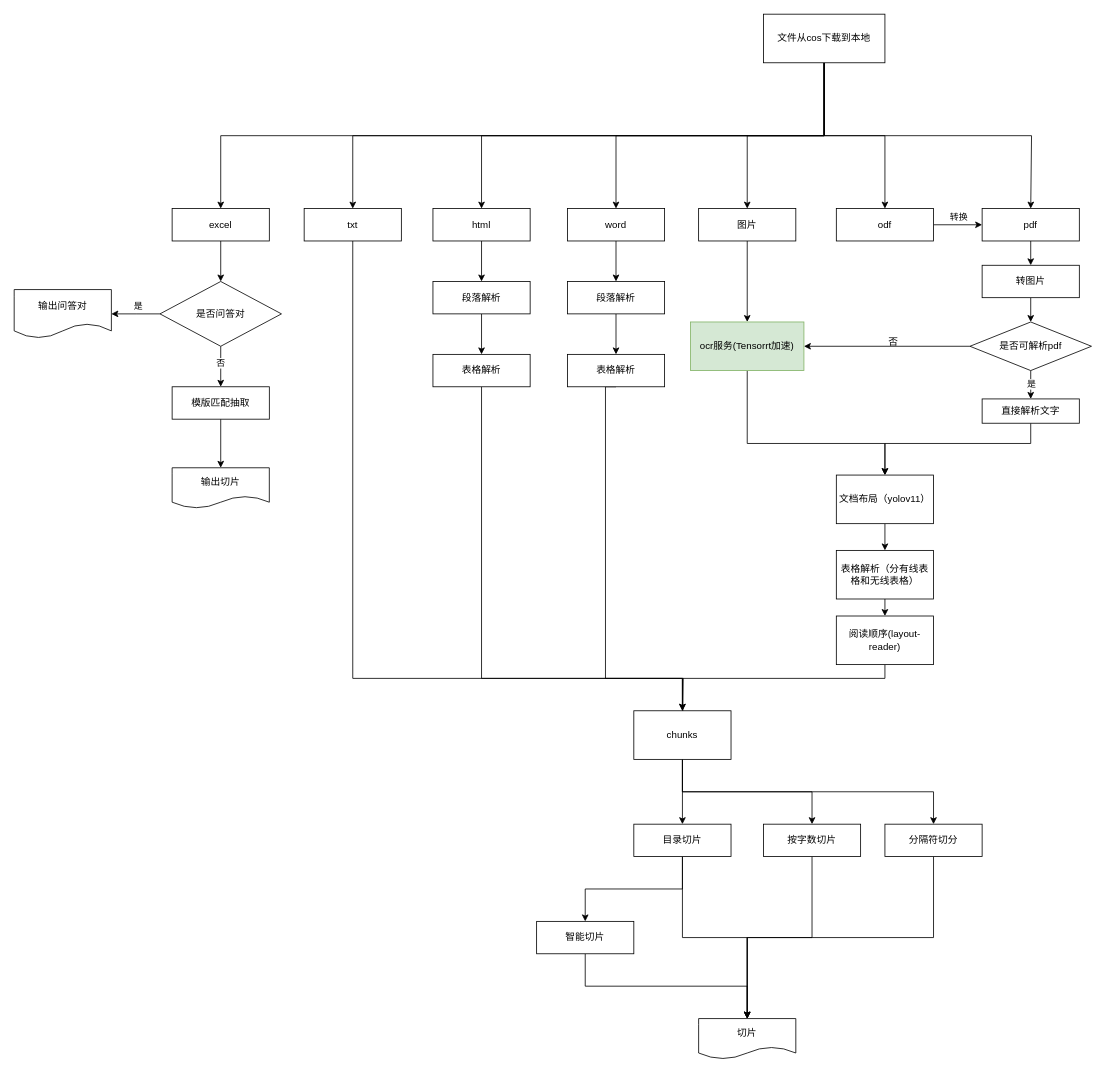
Before: 知识库二期文档处理切片流程.drawio in archwolf118/AI, a draw.io diagram. Source tidied: cells renumbered, new cells numbered last; positions are measured from the earlier drawing's top-left corner, leaving out a move shared by most shapes. Both pictures are drawn from the tidied source at 81%, with x=0, y=0 at pixel (14, 14).
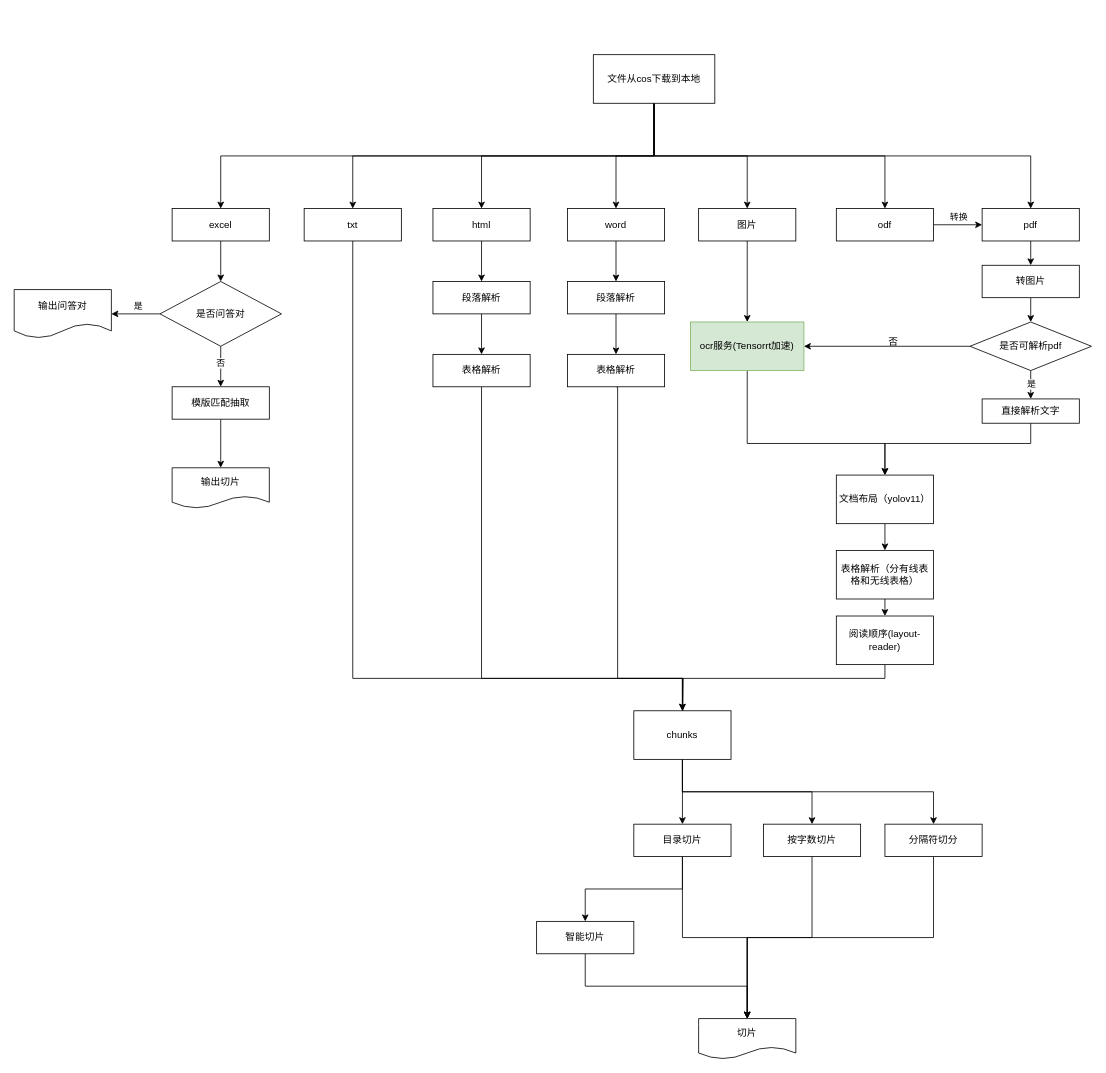
Above is the later version.

Commit message:
Update 知识库二期文档处理切片流程.drawio

The change refers to these unchanged cells:
```xml
<mxCell id="13" value="pdf" style="rounded=0;whiteSpace=wrap;html=1;" parent="1" vertex="1">
  <mxGeometry x="1195" y="240" width="120" height="40" as="geometry" />
</mxCell>
<mxCell id="36" value="表格解析" style="rounded=0;whiteSpace=wrap;html=1;" parent="1" vertex="1">
  <mxGeometry x="683" y="420" width="120" height="40" as="geometry" />
</mxCell>
```

What changed in the source:
```diff
@@
-    <mxCell id="3" style="edgeStyle=orthogonalEdgeStyle;rounded=0;jettySize=auto;html=1;exitX=0.5;exitY=1;exitDx=0;exitDy=0;" parent="1" edge="1" source="9">
-      <mxGeometry relative="1" as="geometry">
-        <mxPoint x="1255" y="240" as="targetPoint" />
-        <Array as="points">
-          <mxPoint x="1000" y="150" />
-          <mxPoint x="1256" y="150" />
-        </Array>
-      </mxGeometry>
-    </mxCell>
@@
+    <mxCell id="73" style="edgeStyle=orthogonalEdgeStyle;rounded=0;jettySize=auto;html=1;exitX=0.5;exitY=1;exitDx=0;exitDy=0;entryX=0.5;entryY=0;entryDx=0;entryDy=0;" parent="1" edge="1" source="9" target="13">
+      <mxGeometry relative="1" as="geometry" />
+    </mxCell>
     <mxCell id="9" value="文件从cos下载到本地" style="rounded=0;whiteSpace=wrap;html=1;" parent="1" vertex="1">
-      <mxGeometry x="925" width="150" height="60" as="geometry" />
+      <mxGeometry x="715" y="50" width="150" height="60" as="geometry" />
     </mxCell>
@@
     <mxCell id="35" style="edgeStyle=orthogonalEdgeStyle;rounded=0;jettySize=auto;html=1;exitX=0.5;exitY=1;exitDx=0;exitDy=0;" parent="1" edge="1" source="36">
       <mxGeometry relative="1" as="geometry">
         <mxPoint x="825" y="900" as="targetPoint" />
         <Array as="points">
-          <mxPoint x="730" y="820" />
+          <mxPoint x="745" y="460" />
+          <mxPoint x="745" y="820" />
           <mxPoint x="826" y="820" />
           <mxPoint x="826" y="900" />
         </Array>
       </mxGeometry>
     </mxCell>
```
